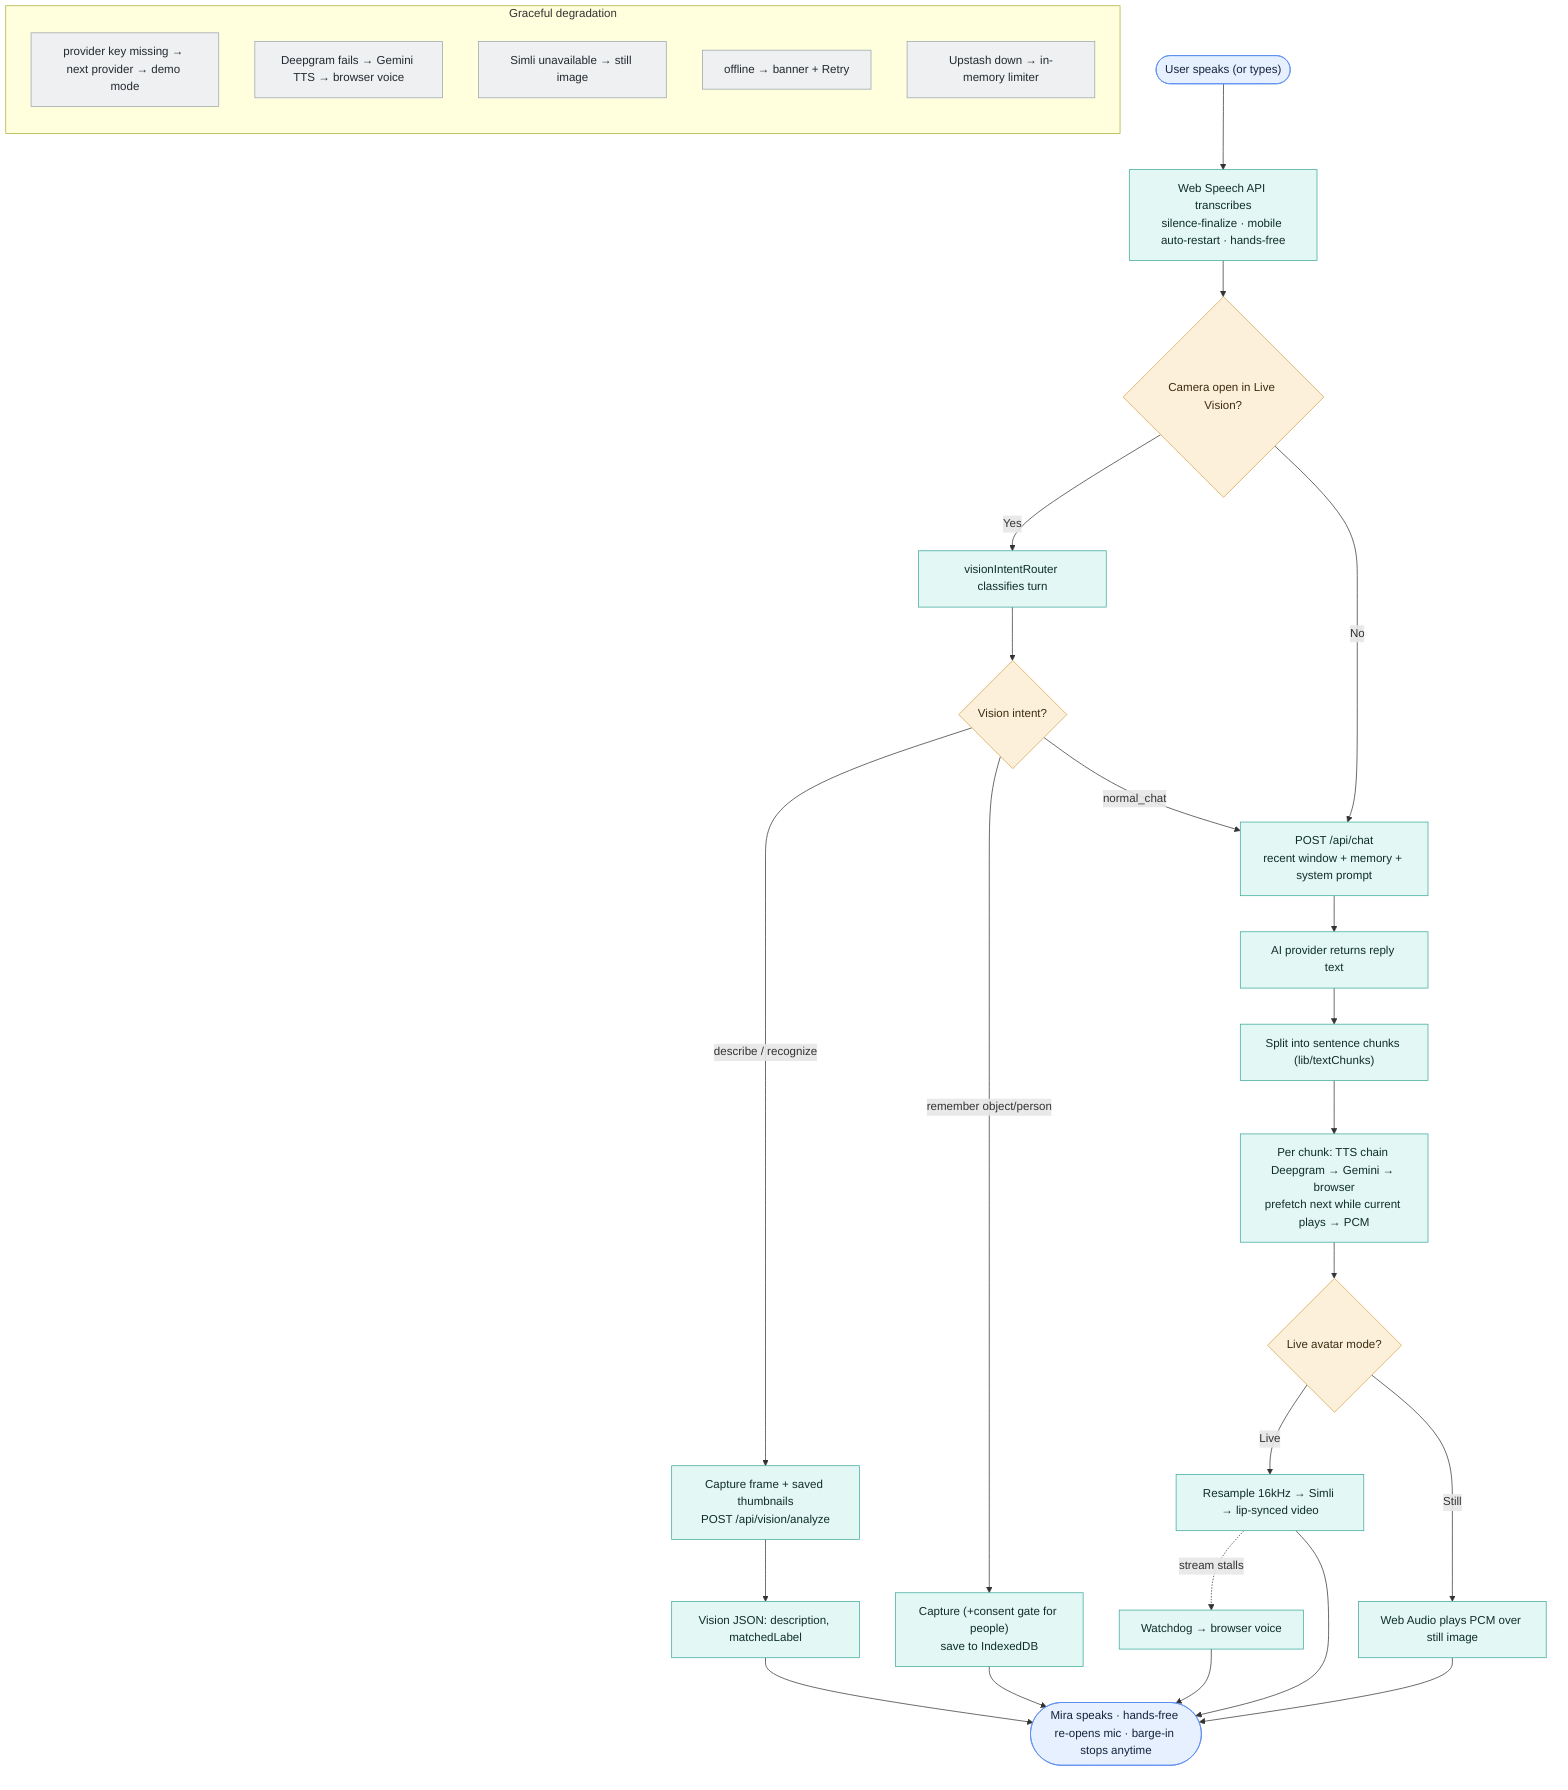
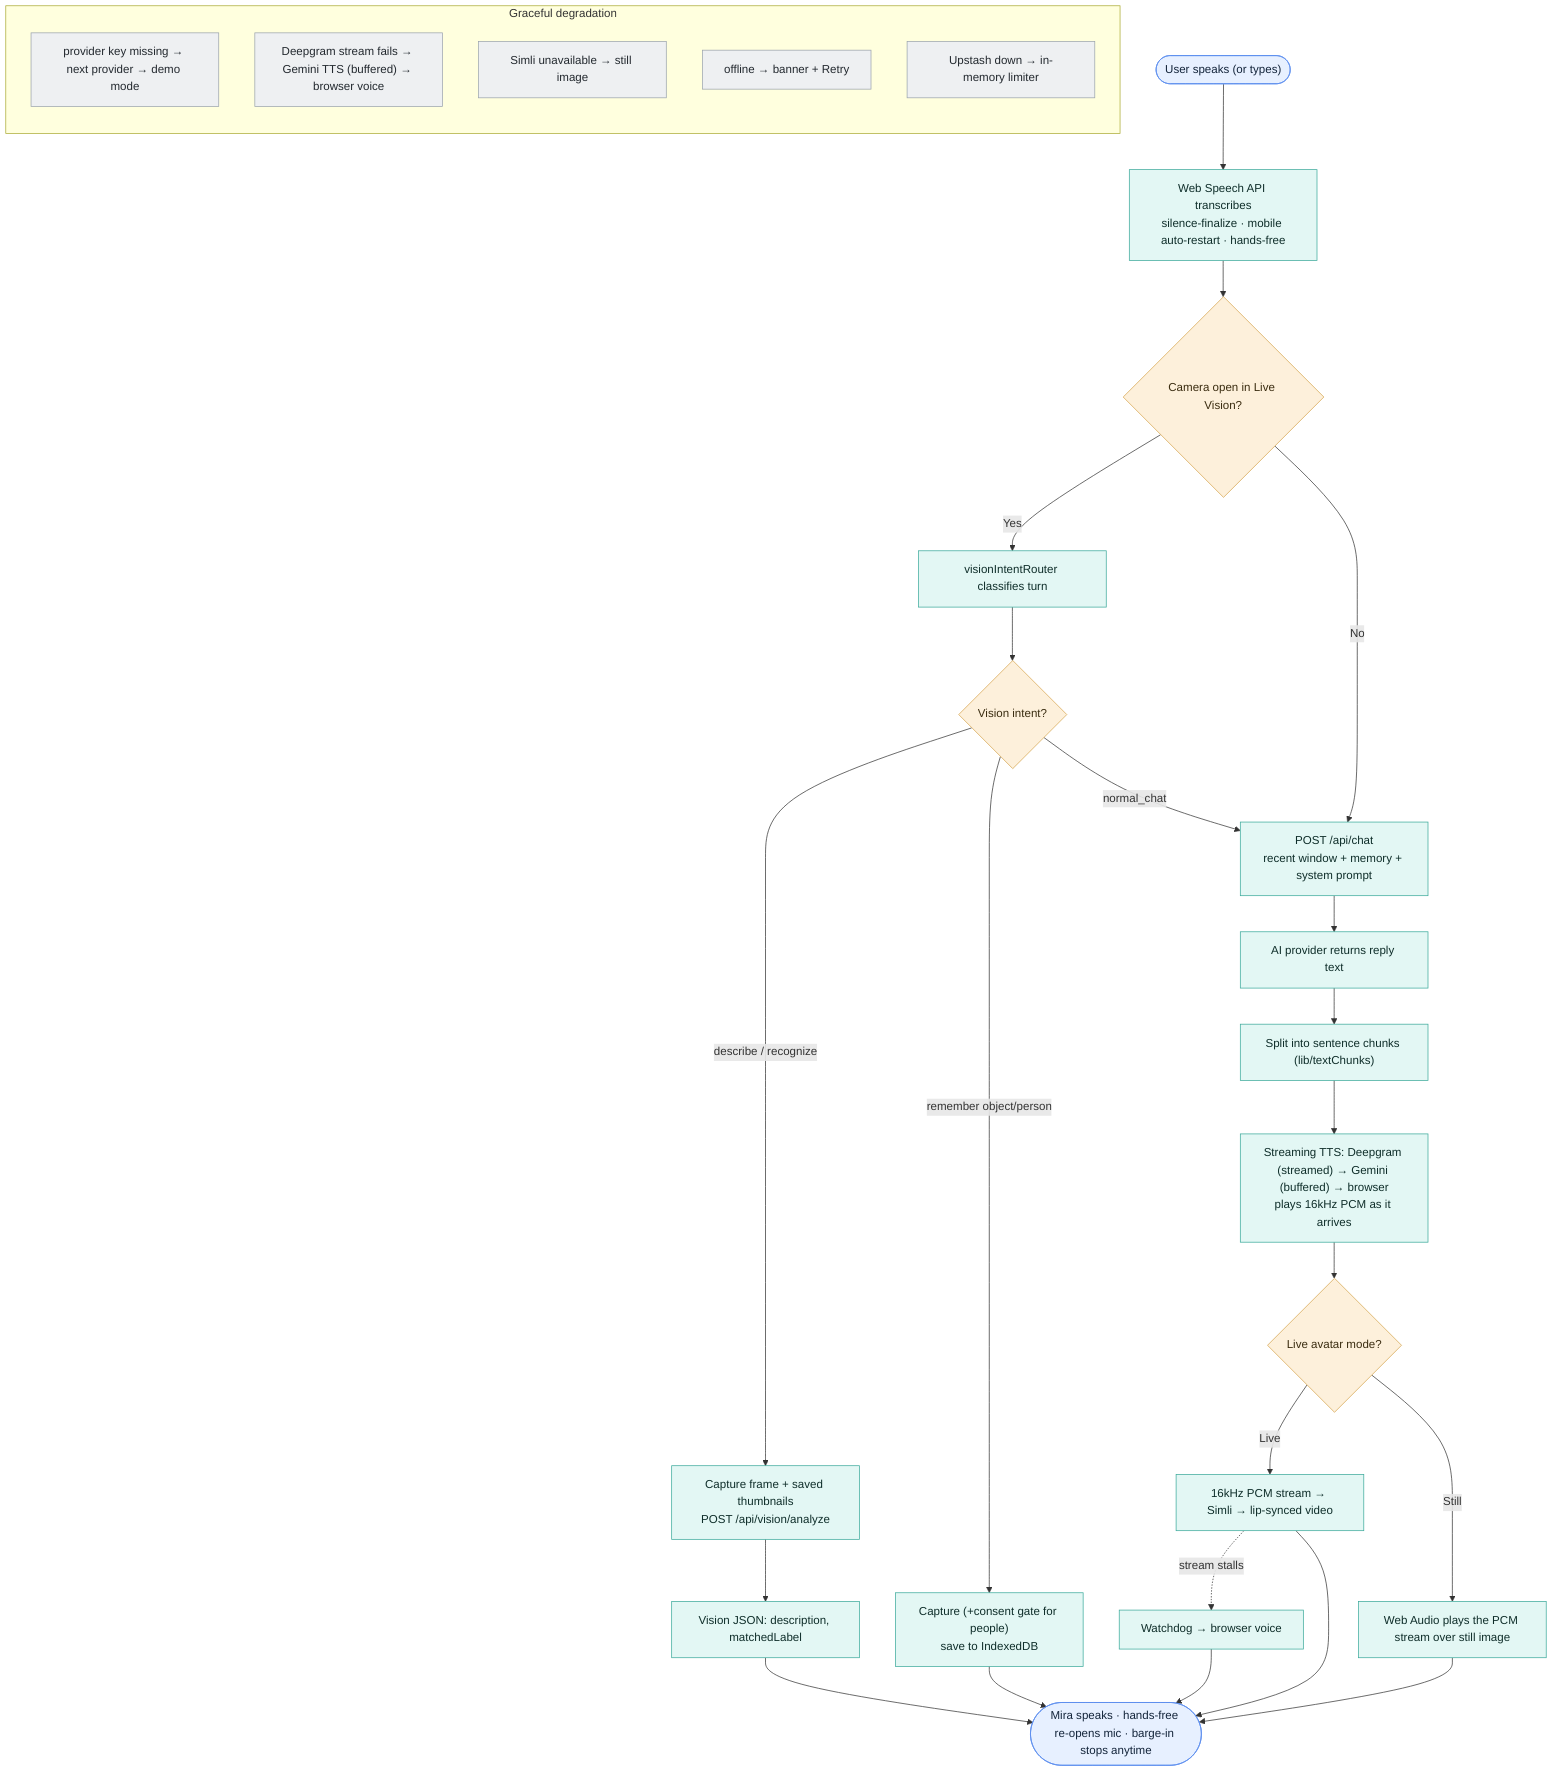
%% Mira — Conversation Flow (voice + vision)
%% Render: https://mermaid.live  or  mmdc -i flow.mmd -o flow.svg
flowchart TB
  START(["User speaks (or types)"]) --> STT["Web Speech API transcribes<br/>silence-finalize · mobile auto-restart · hands-free"]
  STT --> DVIS{"Camera open in Live Vision?"}

  DVIS -- "Yes" --> CLS["visionIntentRouter classifies turn"]
  CLS --> DINT{"Vision intent?"}
  DINT -- "describe / recognize" --> VCAP["Capture frame + saved thumbnails<br/>POST /api/vision/analyze"]
  VCAP --> VJSON["Vision JSON: description, matchedLabel"]
  VJSON --> SPEAK
  DINT -- "remember object/person" --> VSAVE["Capture (+consent gate for people)<br/>save to IndexedDB"]
  VSAVE --> SPEAK
  DINT -- "normal_chat" --> CHAT

  DVIS -- "No" --> CHAT["POST /api/chat<br/>recent window + memory + system prompt"]
  CHAT --> REPLY["AI provider returns reply text"]
  REPLY --> CHUNK["Split into sentence chunks (lib/textChunks)"]
-   CHUNK --> TTS["Per chunk: TTS chain Deepgram → Gemini → browser<br/>prefetch next while current plays → PCM"]
+   CHUNK --> TTS["Streaming TTS: Deepgram (streamed) → Gemini (buffered) → browser<br/>plays 16kHz PCM as it arrives"]
  TTS --> DMODE{"Live avatar mode?"}
-   DMODE -- "Live" --> LIVE["Resample 16kHz → Simli → lip-synced video"]
-   DMODE -- "Still" --> STILL["Web Audio plays PCM over still image"]
+   DMODE -- "Live" --> LIVE["16kHz PCM stream → Simli → lip-synced video"]
+   DMODE -- "Still" --> STILL["Web Audio plays the PCM stream over still image"]
  LIVE -.->|"stream stalls"| WD["Watchdog → browser voice"]
  LIVE --> SPEAK(["Mira speaks · hands-free re-opens mic · barge-in stops anytime"])
  STILL --> SPEAK
  WD --> SPEAK

  subgraph FALLBACK["Graceful degradation"]
    direction TB
    F1["provider key missing → next provider → demo mode"]
-     F2["Deepgram fails → Gemini TTS → browser voice"]
+     F2["Deepgram stream fails → Gemini TTS (buffered) → browser voice"]
    F3["Simli unavailable → still image"]
    F4["offline → banner + Retry"]
    F5["Upstash down → in-memory limiter"]
  end

  classDef io fill:#e7f0ff,stroke:#5b8def,color:#13243a;
  classDef proc fill:#e3f7f4,stroke:#3aa99a,color:#0f2e2a;
  classDef dec fill:#fdf0db,stroke:#d6a44c,color:#3a2c10;
  classDef fb fill:#eef0f2,stroke:#9aa3ad,color:#23292f;

  class START,SPEAK io;
  class STT,CLS,VCAP,VJSON,VSAVE,CHAT,REPLY,CHUNK,TTS,LIVE,STILL,WD proc;
  class DVIS,DINT,DMODE dec;
  class F1,F2,F3,F4,F5 fb;
